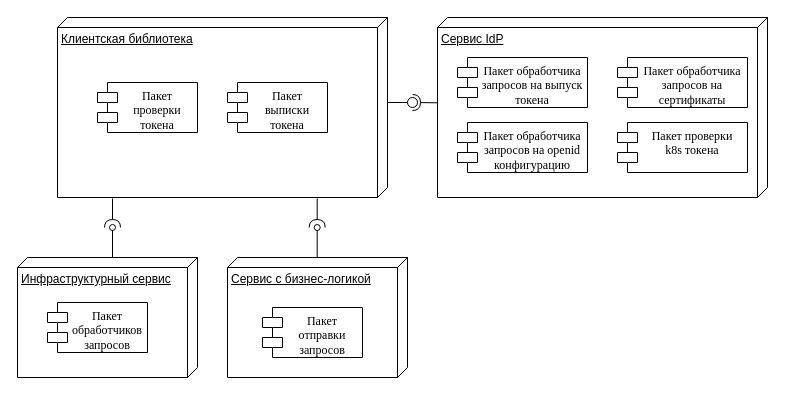
The draw.io diagram page "components" (3 of 3) of docs/prez/prez0.drawio in perpetua1g0d/bmstu-diploma, before the edit. Source tidied: cells renumbered, new cells numbered last; positions are measured from the earlier drawing's top-left corner, leaving out a move shared by most shapes. Both pictures are drawn from the tidied source at 100%, with x=0, y=0 at pixel (17, 17).
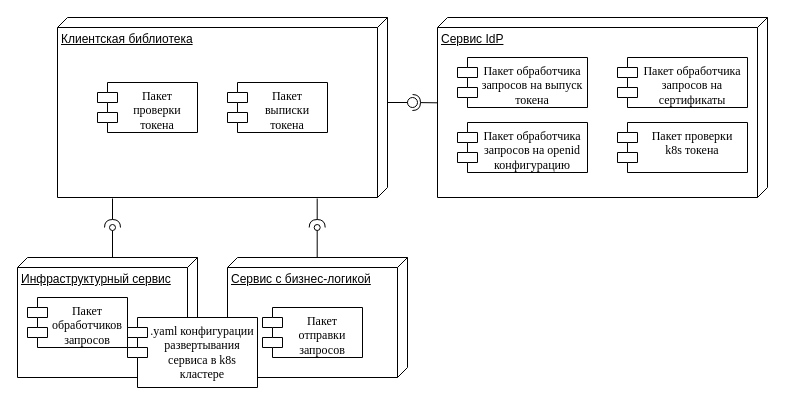
The same diagram, later.

What changed in the source:
```diff
@@
     <mxCell id="6" value="&lt;span style=&quot;font-family: &amp;quot;Times New Roman&amp;quot;;&quot;&gt;Пакет обработчиков запросов&lt;/span&gt;" style="shape=module;align=left;spacingLeft=20;align=center;verticalAlign=top;whiteSpace=wrap;html=1;" parent="1" vertex="1">
-      <mxGeometry x="30" y="285" width="100" height="50" as="geometry" />
+      <mxGeometry x="10" y="280" width="100" height="50" as="geometry" />
     </mxCell>
@@
+    <mxCell id="22" value="&lt;font face=&quot;Times New Roman&quot;&gt;.yaml конфигурации развертывания сервиса в k8s кластере&lt;/font&gt;" style="shape=module;align=left;spacingLeft=20;align=center;verticalAlign=top;whiteSpace=wrap;html=1;" parent="1" vertex="1">
+      <mxGeometry x="110" y="300" width="130" height="70" as="geometry" />
+    </mxCell>
```
